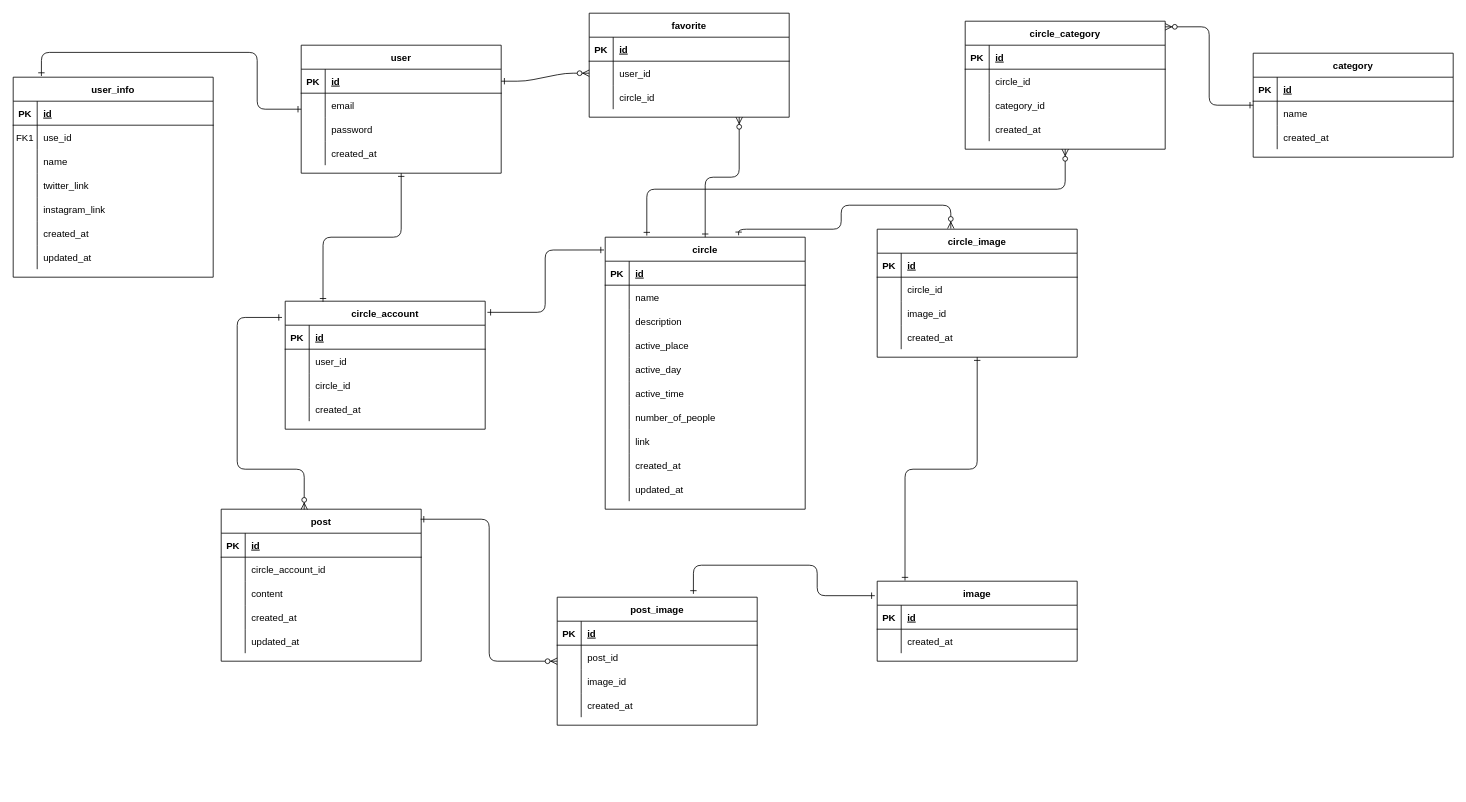
Above: kurakan.drawio in mokupuro/drow.io (draw.io), before the change. Source tidied: cells renumbered, new cells numbered last; positions are measured from the earlier drawing's top-left corner, leaving out a move shared by most shapes. Both pictures are drawn from the tidied source at 80%, with x=0, y=0 at pixel (13, 13).
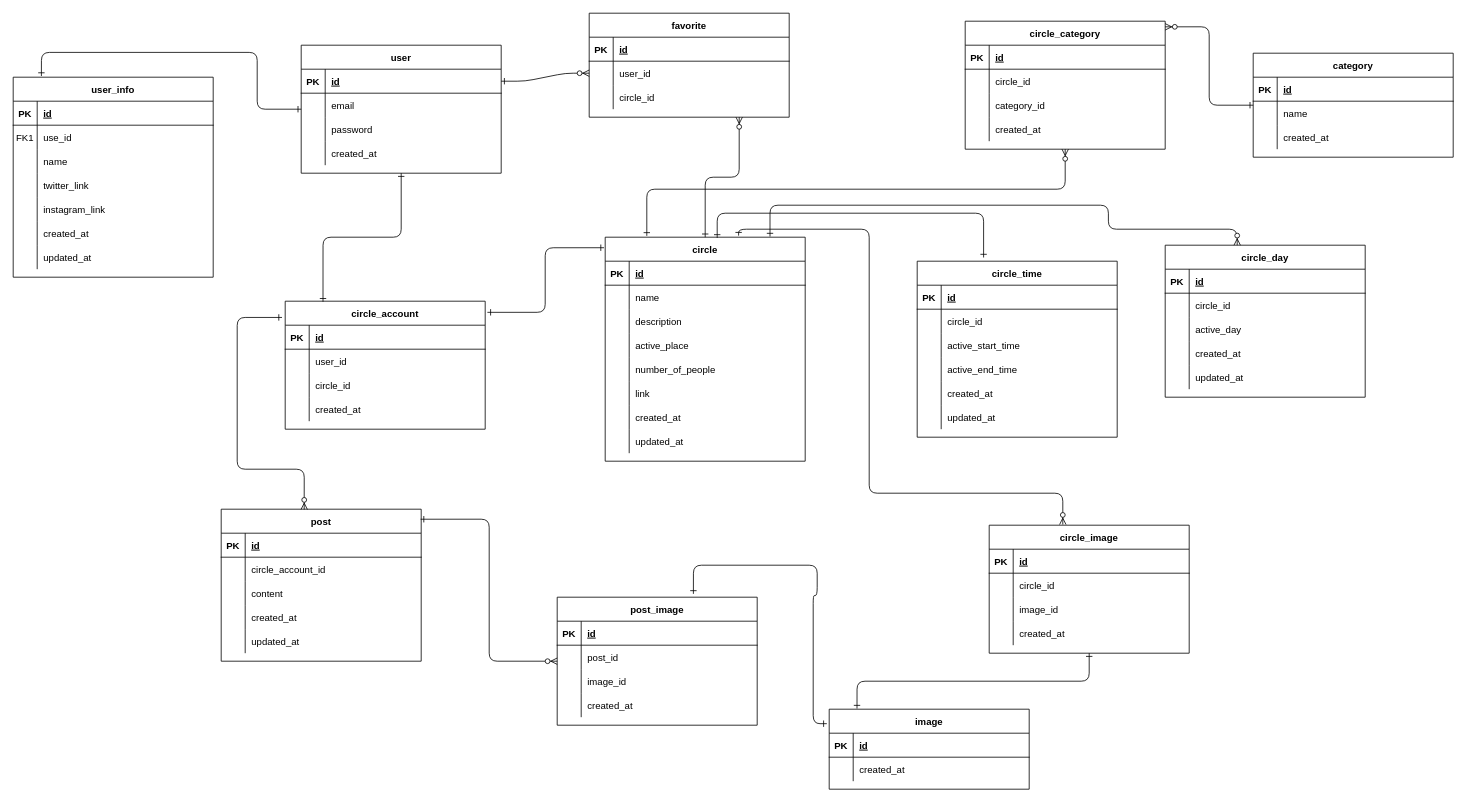
The same page after the edit.

Commit message:
サークルの活動時間と活動日を別テーブルに

Unchanged cells that the change refers to:
```xml
<mxCell id="134" value="post_image" style="shape=table;startSize=30;childLayout=tableLayout;rowLines=0;fontStyle=1;align=center;" parent="1" vertex="1">
  <mxGeometry x="680" y="730" width="250" height="160" as="geometry" />
</mxCell>
```

Diff of the diagram source:
```diff
@@
     <mxCell id="49" value="circle" style="shape=table;startSize=30;childLayout=tableLayout;rowLines=0;fontStyle=1;align=center;" parent="1" vertex="1">
-      <mxGeometry x="740" y="280" width="250" height="340" as="geometry" />
+      <mxGeometry x="740" y="280" width="250" height="280" as="geometry" />
     </mxCell>
@@
-    <mxCell id="62" style="shape=partialRectangle;fillColor=none;top=0;left=0;right=0;bottom=0;" parent="49" vertex="1">
-      <mxGeometry y="150" width="250" height="30" as="geometry" />
-    </mxCell>
-    <mxCell id="63" style="shape=partialRectangle;overflow=hidden;fillColor=none;top=0;left=0;bottom=0;right=0;" parent="62" vertex="1">
-      <mxGeometry width="30" height="30" as="geometry" />
-    </mxCell>
-    <mxCell id="64" value="active_day" style="shape=partialRectangle;overflow=hidden;fillColor=none;top=0;left=0;bottom=0;right=0;align=left;spacingLeft=6;" parent="62" vertex="1">
-      <mxGeometry x="30" width="220" height="30" as="geometry" />
-    </mxCell>
-    <mxCell id="65" style="shape=partialRectangle;fillColor=none;top=0;left=0;right=0;bottom=0;" parent="49" vertex="1">
-      <mxGeometry y="180" width="250" height="30" as="geometry" />
-    </mxCell>
-    <mxCell id="66" style="shape=partialRectangle;overflow=hidden;fillColor=none;top=0;left=0;bottom=0;right=0;" parent="65" vertex="1">
-      <mxGeometry width="30" height="30" as="geometry" />
-    </mxCell>
-    <mxCell id="67" value="active_time" style="shape=partialRectangle;overflow=hidden;fillColor=none;top=0;left=0;bottom=0;right=0;align=left;spacingLeft=6;" parent="65" vertex="1">
-      <mxGeometry x="30" width="220" height="30" as="geometry" />
-    </mxCell>
     <mxCell id="68" style="shape=partialRectangle;fillColor=none;top=0;left=0;right=0;bottom=0;" parent="49" vertex="1">
-      <mxGeometry y="210" width="250" height="30" as="geometry" />
+      <mxGeometry y="150" width="250" height="30" as="geometry" />
     </mxCell>
@@
     <mxCell id="71" style="shape=partialRectangle;fillColor=none;top=0;left=0;right=0;bottom=0;" parent="49" vertex="1">
-      <mxGeometry y="240" width="250" height="30" as="geometry" />
+      <mxGeometry y="180" width="250" height="30" as="geometry" />
     </mxCell>
@@
     <mxCell id="74" style="shape=partialRectangle;fillColor=none;top=0;left=0;right=0;bottom=0;" parent="49" vertex="1">
-      <mxGeometry y="270" width="250" height="30" as="geometry" />
+      <mxGeometry y="210" width="250" height="30" as="geometry" />
     </mxCell>
@@
     <mxCell id="77" style="shape=partialRectangle;fillColor=none;top=0;left=0;right=0;bottom=0;" parent="49" vertex="1">
-      <mxGeometry y="300" width="250" height="30" as="geometry" />
+      <mxGeometry y="240" width="250" height="30" as="geometry" />
     </mxCell>
@@
     <mxCell id="81" value="circle_image" style="shape=table;startSize=30;childLayout=tableLayout;rowLines=0;fontStyle=1;align=center;" parent="1" vertex="1">
-      <mxGeometry x="1080" y="270" width="250" height="160" as="geometry" />
+      <mxGeometry x="1220" y="640" width="250" height="160" as="geometry" />
     </mxCell>
@@
     <mxCell id="94" value="image" style="shape=table;startSize=30;childLayout=tableLayout;rowLines=0;fontStyle=1;align=center;" parent="1" vertex="1">
-      <mxGeometry x="1080" y="710" width="250" height="100" as="geometry" />
+      <mxGeometry x="1020" y="870" width="250" height="100" as="geometry" />
     </mxCell>
@@
     <mxCell id="101" style="endArrow=ERzeroToMany;startArrow=ERone;endFill=1;startFill=0;exitX=0.667;exitY=-0.007;exitDx=0;exitDy=0;entryX=0.368;entryY=-0.005;entryDx=0;entryDy=0;exitPerimeter=0;entryPerimeter=0;edgeStyle=orthogonalEdgeStyle;" parent="1" edge="1" source="49" target="81">
       <mxGeometry relative="1" as="geometry">
         <Array as="points">
           <mxPoint x="907" y="270" />
-          <mxPoint x="1035" y="270" />
-          <mxPoint x="1035" y="240" />
-          <mxPoint x="1172" y="240" />
+          <mxPoint x="1070" y="270" />
+          <mxPoint x="1070" y="600" />
+          <mxPoint x="1312" y="600" />
         </Array>
       </mxGeometry>
     </mxCell>
@@
     <mxCell id="147" style="endArrow=ERone;startArrow=ERone;endFill=0;startFill=0;exitX=0.681;exitY=-0.026;exitDx=0;exitDy=0;exitPerimeter=0;entryX=-0.012;entryY=0.181;entryDx=0;entryDy=0;entryPerimeter=0;edgeStyle=orthogonalEdgeStyle;" parent="1" edge="1" source="134" target="94">
       <mxGeometry relative="1" as="geometry">
         <Array as="points">
           <mxPoint x="850" y="690" />
           <mxPoint x="1005" y="690" />
           <mxPoint x="1005" y="728" />
+          <mxPoint x="1000" y="728" />
+          <mxPoint x="1000" y="888" />
         </Array>
       </mxGeometry>
     </mxCell>
@@
+    <mxCell id="175" value="circle_day" style="shape=table;startSize=30;childLayout=tableLayout;rowLines=0;fontStyle=1;align=center;" parent="1" vertex="1">
+      <mxGeometry x="1440" y="290" width="250" height="190" as="geometry" />
+    </mxCell>
+    <mxCell id="176" style="shape=partialRectangle;fillColor=none;top=0;left=0;right=0;bottom=1;" parent="175" vertex="1">
+      <mxGeometry y="30" width="250" height="30" as="geometry" />
+    </mxCell>
+    <mxCell id="177" value="PK" style="shape=partialRectangle;overflow=hidden;fillColor=none;top=0;left=0;bottom=0;right=0;fontStyle=1;" parent="176" vertex="1">
+      <mxGeometry width="30" height="30" as="geometry" />
+    </mxCell>
+    <mxCell id="178" value="id" style="shape=partialRectangle;overflow=hidden;fillColor=none;top=0;left=0;bottom=0;right=0;align=left;spacingLeft=6;fontStyle=5;" parent="176" vertex="1">
+      <mxGeometry x="30" width="220" height="30" as="geometry" />
+    </mxCell>
+    <mxCell id="179" style="shape=partialRectangle;fillColor=none;top=0;left=0;right=0;bottom=0;" parent="175" vertex="1">
+      <mxGeometry y="60" width="250" height="30" as="geometry" />
+    </mxCell>
+    <mxCell id="180" style="shape=partialRectangle;overflow=hidden;fillColor=none;top=0;left=0;bottom=0;right=0;" parent="179" vertex="1">
+      <mxGeometry width="30" height="30" as="geometry" />
+    </mxCell>
+    <mxCell id="181" value="circle_id" style="shape=partialRectangle;overflow=hidden;fillColor=none;top=0;left=0;bottom=0;right=0;align=left;spacingLeft=6;" parent="179" vertex="1">
+      <mxGeometry x="30" width="220" height="30" as="geometry" />
+    </mxCell>
+    <mxCell id="182" style="shape=partialRectangle;fillColor=none;top=0;left=0;right=0;bottom=0;" parent="175" vertex="1">
+      <mxGeometry y="90" width="250" height="30" as="geometry" />
+    </mxCell>
+    <mxCell id="183" style="shape=partialRectangle;overflow=hidden;fillColor=none;top=0;left=0;bottom=0;right=0;" parent="182" vertex="1">
+      <mxGeometry width="30" height="30" as="geometry" />
+    </mxCell>
+    <mxCell id="64" value="active_day" style="shape=partialRectangle;overflow=hidden;fillColor=none;top=0;left=0;bottom=0;right=0;align=left;spacingLeft=6;" parent="182" vertex="1">
+      <mxGeometry x="30" width="220" height="30" as="geometry" />
+    </mxCell>
+    <mxCell id="184" style="shape=partialRectangle;fillColor=none;top=0;left=0;right=0;bottom=0;" parent="175" vertex="1">
+      <mxGeometry y="120" width="250" height="30" as="geometry" />
+    </mxCell>
+    <mxCell id="185" style="shape=partialRectangle;overflow=hidden;fillColor=none;top=0;left=0;bottom=0;right=0;" parent="184" vertex="1">
+      <mxGeometry width="30" height="30" as="geometry" />
+    </mxCell>
+    <mxCell id="186" value="created_at" style="shape=partialRectangle;overflow=hidden;fillColor=none;top=0;left=0;bottom=0;right=0;align=left;spacingLeft=6;" parent="184" vertex="1">
+      <mxGeometry x="30" width="220" height="30" as="geometry" />
+    </mxCell>
+    <mxCell id="187" style="shape=partialRectangle;fillColor=none;top=0;left=0;right=0;bottom=0;" parent="175" vertex="1">
+      <mxGeometry y="150" width="250" height="30" as="geometry" />
+    </mxCell>
+    <mxCell id="188" style="shape=partialRectangle;overflow=hidden;fillColor=none;top=0;left=0;bottom=0;right=0;" parent="187" vertex="1">
+      <mxGeometry width="30" height="30" as="geometry" />
+    </mxCell>
+    <mxCell id="189" value="updated_at" style="shape=partialRectangle;overflow=hidden;fillColor=none;top=0;left=0;bottom=0;right=0;align=left;spacingLeft=6;" parent="187" vertex="1">
+      <mxGeometry x="30" width="220" height="30" as="geometry" />
+    </mxCell>
+    <mxCell id="190" style="endArrow=ERzeroToMany;startArrow=ERone;endFill=1;startFill=0;exitX=0.824;exitY=-0.003;exitDx=0;exitDy=0;exitPerimeter=0;edgeStyle=orthogonalEdgeStyle;entryX=0.36;entryY=0;entryDx=0;entryDy=0;entryPerimeter=0;" parent="1" edge="1" source="49" target="175">
+      <mxGeometry relative="1" as="geometry">
+        <Array as="points">
+          <mxPoint x="946" y="240" />
+          <mxPoint x="1369" y="240" />
+          <mxPoint x="1369" y="270" />
+          <mxPoint x="1530" y="270" />
+        </Array>
+      </mxGeometry>
+    </mxCell>
+    <mxCell id="191" value="circle_time" style="shape=table;startSize=30;childLayout=tableLayout;rowLines=0;fontStyle=1;align=center;" parent="1" vertex="1">
+      <mxGeometry x="1130" y="310" width="250" height="220" as="geometry" />
+    </mxCell>
+    <mxCell id="192" style="shape=partialRectangle;fillColor=none;top=0;left=0;right=0;bottom=1;" parent="191" vertex="1">
+      <mxGeometry y="30" width="250" height="30" as="geometry" />
+    </mxCell>
+    <mxCell id="193" value="PK" style="shape=partialRectangle;overflow=hidden;fillColor=none;top=0;left=0;bottom=0;right=0;fontStyle=1;" parent="192" vertex="1">
+      <mxGeometry width="30" height="30" as="geometry" />
+    </mxCell>
+    <mxCell id="194" value="id" style="shape=partialRectangle;overflow=hidden;fillColor=none;top=0;left=0;bottom=0;right=0;align=left;spacingLeft=6;fontStyle=5;" parent="192" vertex="1">
+      <mxGeometry x="30" width="220" height="30" as="geometry" />
+    </mxCell>
+    <mxCell id="195" style="shape=partialRectangle;fillColor=none;top=0;left=0;right=0;bottom=0;" parent="191" vertex="1">
+      <mxGeometry y="60" width="250" height="30" as="geometry" />
+    </mxCell>
+    <mxCell id="196" style="shape=partialRectangle;overflow=hidden;fillColor=none;top=0;left=0;bottom=0;right=0;" parent="195" vertex="1">
+      <mxGeometry width="30" height="30" as="geometry" />
+    </mxCell>
+    <mxCell id="197" value="circle_id" style="shape=partialRectangle;overflow=hidden;fillColor=none;top=0;left=0;bottom=0;right=0;align=left;spacingLeft=6;" parent="195" vertex="1">
+      <mxGeometry x="30" width="220" height="30" as="geometry" />
+    </mxCell>
+    <mxCell id="198" style="shape=partialRectangle;fillColor=none;top=0;left=0;right=0;bottom=0;" parent="191" vertex="1">
+      <mxGeometry y="90" width="250" height="30" as="geometry" />
+    </mxCell>
+    <mxCell id="199" style="shape=partialRectangle;overflow=hidden;fillColor=none;top=0;left=0;bottom=0;right=0;" parent="198" vertex="1">
+      <mxGeometry width="30" height="30" as="geometry" />
+    </mxCell>
+    <mxCell id="200" value="active_start_time" style="shape=partialRectangle;overflow=hidden;fillColor=none;top=0;left=0;bottom=0;right=0;align=left;spacingLeft=6;" parent="198" vertex="1">
+      <mxGeometry x="30" width="220" height="30" as="geometry" />
+    </mxCell>
+    <mxCell id="201" style="shape=partialRectangle;fillColor=none;top=0;left=0;right=0;bottom=0;" parent="191" vertex="1">
+      <mxGeometry y="120" width="250" height="30" as="geometry" />
+    </mxCell>
+    <mxCell id="202" style="shape=partialRectangle;overflow=hidden;fillColor=none;top=0;left=0;bottom=0;right=0;" parent="201" vertex="1">
+      <mxGeometry width="30" height="30" as="geometry" />
+    </mxCell>
+    <mxCell id="203" value="active_end_time" style="shape=partialRectangle;overflow=hidden;fillColor=none;top=0;left=0;bottom=0;right=0;align=left;spacingLeft=6;" parent="201" vertex="1">
+      <mxGeometry x="30" width="220" height="30" as="geometry" />
+    </mxCell>
+    <mxCell id="204" style="shape=partialRectangle;fillColor=none;top=0;left=0;right=0;bottom=0;" parent="191" vertex="1">
+      <mxGeometry y="150" width="250" height="30" as="geometry" />
+    </mxCell>
+    <mxCell id="205" style="shape=partialRectangle;overflow=hidden;fillColor=none;top=0;left=0;bottom=0;right=0;" parent="204" vertex="1">
+      <mxGeometry width="30" height="30" as="geometry" />
+    </mxCell>
+    <mxCell id="206" value="created_at" style="shape=partialRectangle;overflow=hidden;fillColor=none;top=0;left=0;bottom=0;right=0;align=left;spacingLeft=6;" parent="204" vertex="1">
+      <mxGeometry x="30" width="220" height="30" as="geometry" />
+    </mxCell>
+    <mxCell id="65" style="shape=partialRectangle;fillColor=none;top=0;left=0;right=0;bottom=0;" parent="191" vertex="1">
+      <mxGeometry y="180" width="250" height="30" as="geometry" />
+    </mxCell>
+    <mxCell id="207" style="shape=partialRectangle;overflow=hidden;fillColor=none;top=0;left=0;bottom=0;right=0;" parent="65" vertex="1">
+      <mxGeometry width="30" height="30" as="geometry" />
+    </mxCell>
+    <mxCell id="208" value="updated_at" style="shape=partialRectangle;overflow=hidden;fillColor=none;top=0;left=0;bottom=0;right=0;align=left;spacingLeft=6;" parent="65" vertex="1">
+      <mxGeometry x="30" width="220" height="30" as="geometry" />
+    </mxCell>
+    <mxCell id="209" style="endArrow=ERone;startArrow=ERone;endFill=0;startFill=0;entryX=0.56;entryY=0.003;entryDx=0;entryDy=0;entryPerimeter=0;exitX=0.332;exitY=-0.021;exitDx=0;exitDy=0;exitPerimeter=0;edgeStyle=orthogonalEdgeStyle;" parent="1" edge="1" source="191" target="49">
+      <mxGeometry relative="1" as="geometry">
+        <Array as="points">
+          <mxPoint x="1213" y="250" />
+          <mxPoint x="880" y="250" />
+        </Array>
+      </mxGeometry>
+    </mxCell>
```
